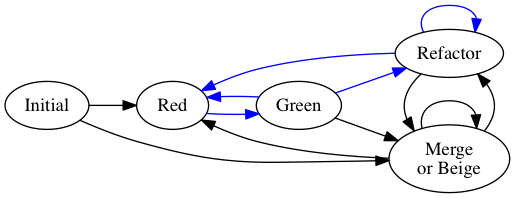
This is graph/commit-states.png from matatk/tdd-bdd-commit, a Graphviz export, as it was before one commit. Its source is kept beside it as graph/commit-states.dot.
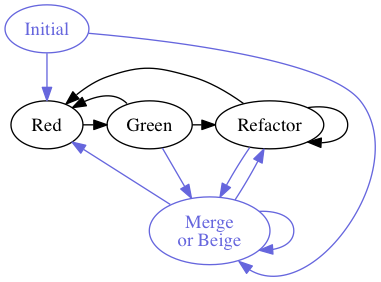
After the commit.

Commit message:
BEIGE Graph and docs

* Re lay-out graph for clarity
* Improve graph colours
* Update graph-related README bits
* Un-wrap README

What changed in the source:
```diff
@@ -1,30 +1,34 @@
 digraph commit_states {
-	rankdir="LR";
+	node [color="#6666dd",fontcolor="#6666dd"];
+	edge [color="#6666dd"];
 
 	initial [label="Initial"];
-	red [label="Red"];
 	{
 		rank=same;
-		mb [label="Merge\nor Beige"];
+		node [color=black,fontcolor=black];
+		red [label="Red"];
+		green [label="Green"];
 		refactor [label="Refactor"];
 	}
-
-	green [label="Green"];
+	mb [label="Merge\nor Beige"];
 
 	initial -> red;
-	initial -> mb [constraint=false];
+	initial -> mb [headport=se,constraint=false];
 
-	red -> green [color=blue];
+	{
+		edge [color=black];
+		red -> green [tailport=e];
+		green -> red [tailport=nw];
+		green -> refactor;
+		refactor -> red;
+		refactor -> refactor;
+	}
 
-	green -> red [color=blue];
 	green -> mb;
-	green -> refactor [color=blue];
 
 	mb -> red;
 	mb -> refactor;
 	mb -> mb;
 
-	refactor -> red [color=blue];
-	refactor -> refactor [color=blue];
 	refactor -> mb;
 }
```
